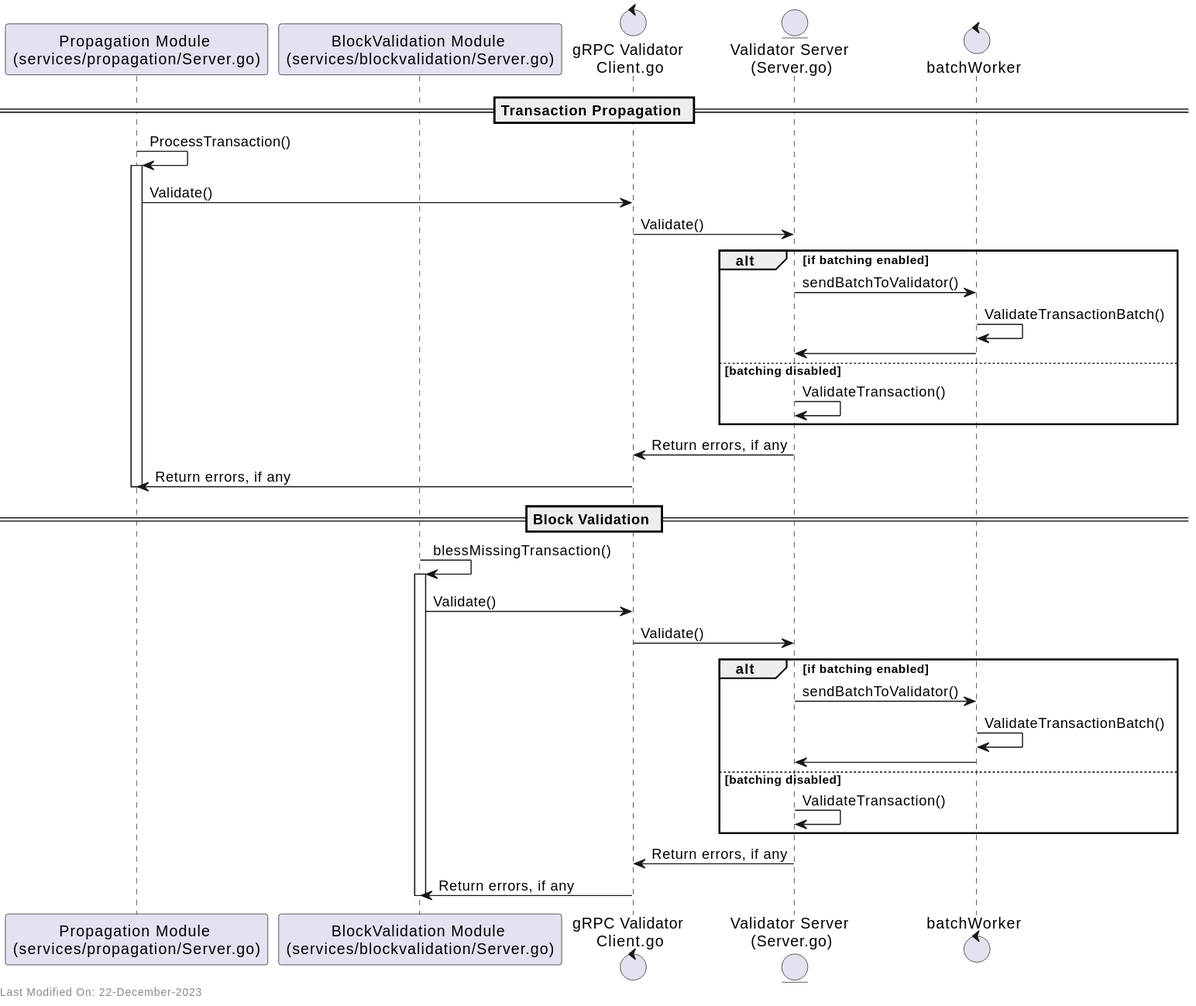
This is docs/services/img/plantuml/validator/tx_validation_request_process.svg from freemans13/teranode, a PlantUML export, as it was before one commit. Its source is kept beside it as docs/services/img/plantuml/validator/tx_validation_request_process.puml.
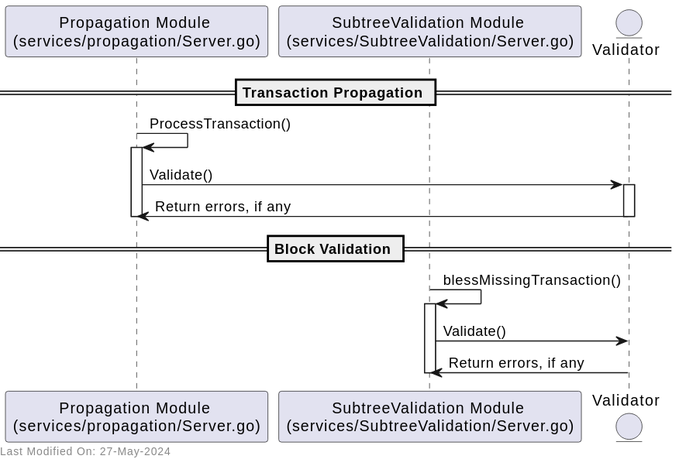
The same file after the commit.

Change to the diagram source:
```diff
@@ -1,50 +1,26 @@
 @startuml
 participant "Propagation Module \n(services/propagation/Server.go)" as Propagation
-participant "BlockValidation Module \n(services/blockvalidation/Server.go)" as BlockValidation
-control "gRPC Validator \nClient.go" as GRPCClient
-entity "Validator Server \n(Server.go)" as ValidatorServer
-control "batchWorker" as BatchWorker
+participant "SubtreeValidation Module \n(services/SubtreeValidation/Server.go)" as SubtreeValidation
+entity "Validator" as Validator
 
 == Transaction Propagation ==
 Propagation -> Propagation: ProcessTransaction()
 activate Propagation
-Propagation -> GRPCClient: Validate()
-
-GRPCClient -> ValidatorServer: Validate()
-
-alt if batching enabled
-    ValidatorServer -> BatchWorker: sendBatchToValidator()
-    BatchWorker -> BatchWorker: ValidateTransactionBatch()
-    BatchWorker -> ValidatorServer
-else batching disabled
-    ValidatorServer -> ValidatorServer: ValidateTransaction()
-end
-
-ValidatorServer -> GRPCClient: Return errors, if any
-GRPCClient -> Propagation: Return errors, if any
-
+Propagation -> Validator: Validate()
+activate Validator
+Validator -> Propagation: Return errors, if any
+deactivate Validator
 deactivate Propagation
 
 == Block Validation ==
-BlockValidation -> BlockValidation: blessMissingTransaction()
-activate BlockValidation
-BlockValidation -> GRPCClient: Validate()
+SubtreeValidation -> SubtreeValidation: blessMissingTransaction()
+activate SubtreeValidation
+SubtreeValidation -> Validator: Validate()
 
-GRPCClient -> ValidatorServer: Validate()
+Validator -> SubtreeValidation: Return errors, if any
 
-alt if batching enabled
-    ValidatorServer -> BatchWorker: sendBatchToValidator()
-    BatchWorker -> BatchWorker: ValidateTransactionBatch()
-    BatchWorker -> ValidatorServer
-else batching disabled
-    ValidatorServer -> ValidatorServer: ValidateTransaction()
-end
+deactivate SubtreeValidation
 
-ValidatorServer -> GRPCClient: Return errors, if any
-GRPCClient -> BlockValidation: Return errors, if any
-
-deactivate BlockValidation
-
-left footer Last Modified On: 22-December-2023
+left footer Last Modified On: 27-May-2024
 
 @enduml
```
